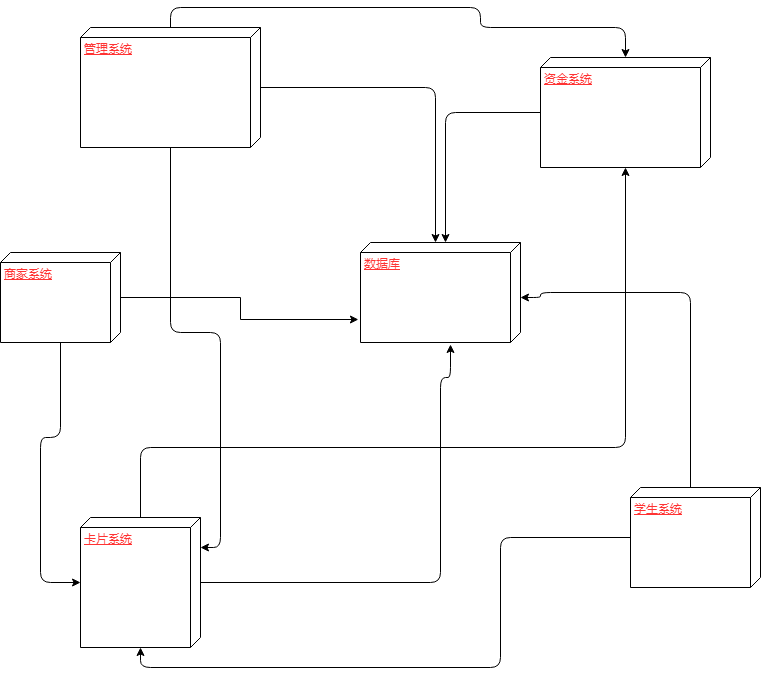
The draw.io diagram week01/组件图.png in xiaozhubao/jg, before a commit. Source tidied: cells renumbered, new cells last; positions are measured from the earlier drawing's top-left corner, leaving out a move shared by most shapes.
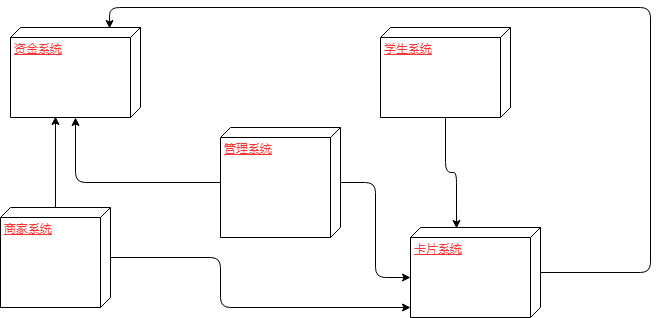
The same file after the commit.

Commit message:
更新组件图.png

What changed in the source:
```diff
@@ -2,96 +2,49 @@
   <root>
     <mxCell id="0" />
     <mxCell id="1" parent="0" />
-    <mxCell id="2" style="edgeStyle=orthogonalEdgeStyle;rounded=1;jettySize=auto;html=1;fontColor=#FF3333;entryX=0;entryY=0;entryDx=0;entryDy=75;entryPerimeter=0;" parent="1" edge="1" source="3" target="17">
-      <mxGeometry relative="1" as="geometry" />
-    </mxCell>
-    <mxCell id="3" value="资金系统" style="verticalAlign=top;align=left;spacingTop=8;spacingLeft=2;spacingRight=12;shape=cube;size=10;direction=south;fontStyle=4;html=1;fontColor=#FF3333;" parent="1" vertex="1">
-      <mxGeometry x="540" y="50" width="170" height="110" as="geometry" />
-    </mxCell>
-    <mxCell id="4" style="edgeStyle=orthogonalEdgeStyle;rounded=1;jettySize=auto;html=1;fontColor=#FF3333;" parent="1" edge="1" source="6" target="9">
-      <mxGeometry relative="1" as="geometry">
-        <Array as="points">
-          <mxPoint x="500" y="530" />
-          <mxPoint x="500" y="660" />
-          <mxPoint x="140" y="660" />
-        </Array>
-      </mxGeometry>
-    </mxCell>
-    <mxCell id="5" style="edgeStyle=orthogonalEdgeStyle;rounded=1;jettySize=auto;html=1;entryX=0;entryY=0;entryDx=55;entryDy=0;entryPerimeter=0;fontColor=#FF3333;" parent="1" edge="1" source="6" target="17">
-      <mxGeometry relative="1" as="geometry">
-        <Array as="points">
-          <mxPoint x="690" y="285" />
-          <mxPoint x="540" y="285" />
-          <mxPoint x="540" y="290" />
-        </Array>
-      </mxGeometry>
-    </mxCell>
-    <mxCell id="6" value="学生系统" style="verticalAlign=top;align=left;spacingTop=8;spacingLeft=2;spacingRight=12;shape=cube;size=10;direction=south;fontStyle=4;html=1;fontColor=#FF3333;" parent="1" vertex="1">
-      <mxGeometry x="630" y="480" width="130" height="100" as="geometry" />
-    </mxCell>
-    <mxCell id="7" style="edgeStyle=orthogonalEdgeStyle;rounded=1;jettySize=auto;html=1;fontColor=#FF3333;" parent="1" edge="1" source="9">
-      <mxGeometry relative="1" as="geometry">
-        <mxPoint x="450" y="337" as="targetPoint" />
-        <Array as="points">
-          <mxPoint x="440" y="575" />
-          <mxPoint x="440" y="370" />
-          <mxPoint x="450" y="370" />
-        </Array>
-      </mxGeometry>
-    </mxCell>
-    <mxCell id="8" style="edgeStyle=orthogonalEdgeStyle;rounded=1;jettySize=auto;html=1;fontColor=#FF3333;" parent="1" edge="1" source="9" target="3">
-      <mxGeometry relative="1" as="geometry">
-        <Array as="points">
-          <mxPoint x="140" y="440" />
-          <mxPoint x="625" y="440" />
-        </Array>
-      </mxGeometry>
-    </mxCell>
-    <mxCell id="9" value="卡片系统" style="verticalAlign=top;align=left;spacingTop=8;spacingLeft=2;spacingRight=12;shape=cube;size=10;direction=south;fontStyle=4;html=1;fontColor=#FF3333;" parent="1" vertex="1">
-      <mxGeometry x="80" y="510" width="120" height="130" as="geometry" />
-    </mxCell>
-    <mxCell id="10" style="edgeStyle=orthogonalEdgeStyle;rounded=1;jettySize=auto;html=1;entryX=0;entryY=0;entryDx=0;entryDy=85;entryPerimeter=0;fontColor=#FF3333;" parent="1" edge="1" source="13" target="17">
-      <mxGeometry relative="1" as="geometry" />
-    </mxCell>
-    <mxCell id="11" style="edgeStyle=orthogonalEdgeStyle;rounded=1;jettySize=auto;html=1;fontColor=#FF3333;" parent="1" edge="1" source="13" target="9">
-      <mxGeometry relative="1" as="geometry">
-        <Array as="points">
-          <mxPoint x="170" y="325" />
-          <mxPoint x="220" y="325" />
-          <mxPoint x="220" y="540" />
-        </Array>
-      </mxGeometry>
+    <mxCell id="11" style="edgeStyle=orthogonalEdgeStyle;rounded=1;jettySize=auto;html=1;entryX=0;entryY=0;entryDx=50;entryDy=130;entryPerimeter=0;fontColor=#FF3333;" parent="1" edge="1" source="13" target="9">
+      <mxGeometry relative="1" as="geometry" />
     </mxCell>
     <mxCell id="12" style="edgeStyle=orthogonalEdgeStyle;rounded=1;jettySize=auto;html=1;fontColor=#FF3333;" parent="1" edge="1" source="13" target="3">
-      <mxGeometry relative="1" as="geometry">
-        <Array as="points">
-          <mxPoint x="170" />
-          <mxPoint x="480" />
-          <mxPoint x="480" y="20" />
-          <mxPoint x="625" y="20" />
-        </Array>
-      </mxGeometry>
+      <mxGeometry relative="1" as="geometry" />
     </mxCell>
     <mxCell id="13" value="管理系统" style="verticalAlign=top;align=left;spacingTop=8;spacingLeft=2;spacingRight=12;shape=cube;size=10;direction=south;fontStyle=4;html=1;fontColor=#FF3333;" parent="1" vertex="1">
-      <mxGeometry x="80" y="20" width="180" height="120" as="geometry" />
+      <mxGeometry x="250" y="230" width="120" height="110" as="geometry" />
     </mxCell>
-    <mxCell id="14" style="edgeStyle=orthogonalEdgeStyle;rounded=0;jettySize=auto;html=1;fontColor=#FF3333;entryX=0.77;entryY=1.013;entryDx=0;entryDy=0;entryPerimeter=0;" parent="1" edge="1" source="16" target="17">
-      <mxGeometry relative="1" as="geometry" />
-    </mxCell>
+    <mxCell id="3" value="资金系统" style="verticalAlign=top;align=left;spacingTop=8;spacingLeft=2;spacingRight=12;shape=cube;size=10;direction=south;fontStyle=4;html=1;fontColor=#FF3333;" parent="1" vertex="1">
+      <mxGeometry x="40" y="130" width="130" height="90" as="geometry" />
+    </mxCell>
     <mxCell id="15" style="edgeStyle=orthogonalEdgeStyle;rounded=1;jettySize=auto;html=1;fontColor=#FF3333;" parent="1" edge="1" source="16" target="9">
       <mxGeometry relative="1" as="geometry">
         <Array as="points">
-          <mxPoint x="60" y="430" />
-          <mxPoint x="40" y="430" />
-          <mxPoint x="40" y="575" />
+          <mxPoint x="250" y="360" />
+          <mxPoint x="250" y="410" />
         </Array>
       </mxGeometry>
     </mxCell>
+    <mxCell id="18" style="edgeStyle=orthogonalEdgeStyle;rounded=1;jettySize=auto;html=1;entryX=0.989;entryY=0.654;entryDx=0;entryDy=0;entryPerimeter=0;fontColor=#FF3333;" parent="1" edge="1" source="16" target="3">
+      <mxGeometry relative="1" as="geometry" />
+    </mxCell>
     <mxCell id="16" value="商家系统" style="verticalAlign=top;align=left;spacingTop=8;spacingLeft=2;spacingRight=12;shape=cube;size=10;direction=south;fontStyle=4;html=1;fontColor=#FF3333;" parent="1" vertex="1">
-      <mxGeometry y="245" width="120" height="90" as="geometry" />
+      <mxGeometry x="30" y="310" width="110" height="100" as="geometry" />
     </mxCell>
-    <mxCell id="17" value="数据库" style="verticalAlign=top;align=left;spacingTop=8;spacingLeft=2;spacingRight=12;shape=cube;size=10;direction=south;fontStyle=4;html=1;fontColor=#FF3333;" parent="1" vertex="1">
-      <mxGeometry x="360" y="235" width="160" height="100" as="geometry" />
-    </mxCell>
+    <mxCell id="4" style="edgeStyle=orthogonalEdgeStyle;rounded=1;jettySize=auto;html=1;entryX=0.011;entryY=0.646;entryDx=0;entryDy=0;entryPerimeter=0;fontColor=#FF3333;" parent="1" edge="1" source="6" target="9">
+      <mxGeometry relative="1" as="geometry" />
+    </mxCell>
+    <mxCell id="6" value="学生系统" style="verticalAlign=top;align=left;spacingTop=8;spacingLeft=2;spacingRight=12;shape=cube;size=10;direction=south;fontStyle=4;html=1;fontColor=#FF3333;" parent="1" vertex="1">
+      <mxGeometry x="410" y="130" width="130" height="90" as="geometry" />
+    </mxCell>
+    <mxCell id="8" style="edgeStyle=orthogonalEdgeStyle;rounded=1;jettySize=auto;html=1;entryX=0.011;entryY=0.238;entryDx=0;entryDy=0;entryPerimeter=0;fontColor=#FF3333;" parent="1" edge="1" source="9" target="3">
+      <mxGeometry relative="1" as="geometry">
+        <Array as="points">
+          <mxPoint x="680" y="375" />
+          <mxPoint x="680" y="110" />
+          <mxPoint x="139" y="110" />
+        </Array>
+      </mxGeometry>
+    </mxCell>
+    <mxCell id="9" value="卡片系统" style="verticalAlign=top;align=left;spacingTop=8;spacingLeft=2;spacingRight=12;shape=cube;size=10;direction=south;fontStyle=4;html=1;fontColor=#FF3333;" parent="1" vertex="1">
+      <mxGeometry x="440" y="330" width="130" height="90" as="geometry" />
+    </mxCell>
   </root>
 </mxGraphModel>
```
